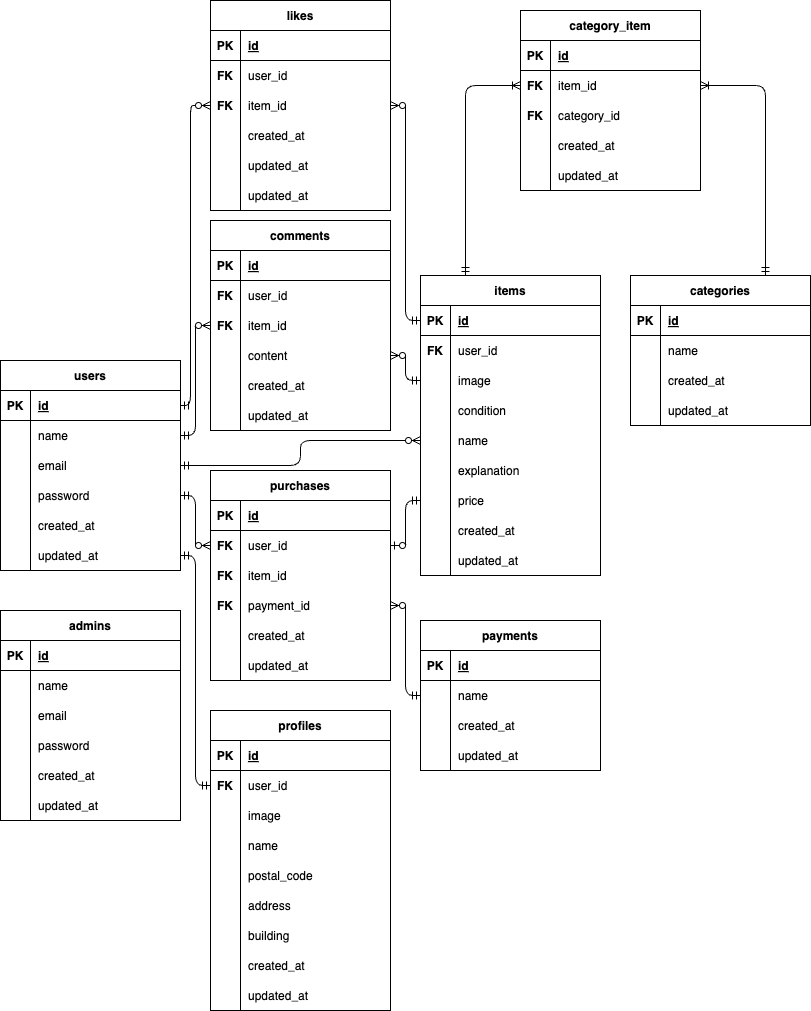
Above: er.drawio.png in Naganuma-Mai/flea-market (draw.io), before the change. Source tidied: cells renumbered, new cells last; positions are measured from the earlier drawing's top-left corner, leaving out a move shared by most shapes.
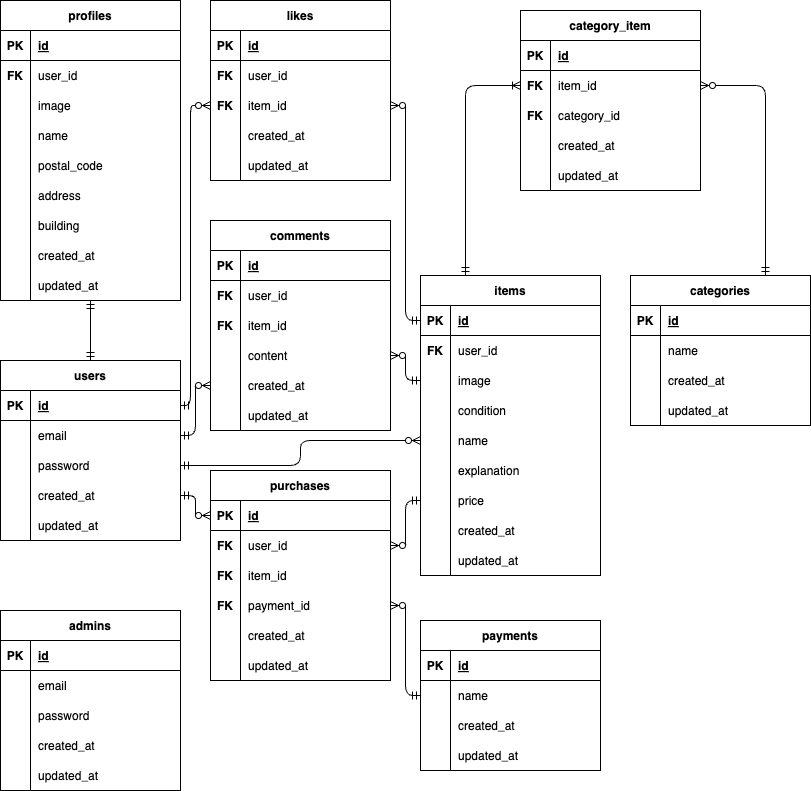
Later version of the same file.

Diff of the diagram source:
```diff
@@ -87,7 +87,7 @@
       <mxGeometry x="30" width="150" height="30" as="geometry" />
     </mxCell>
     <mxCell id="30" value="users" style="shape=table;startSize=30;rowLines=0;fontStyle=1;align=center;" parent="1" vertex="1">
-      <mxGeometry y="360" width="180" height="210" as="geometry" />
+      <mxGeometry y="360" width="180" height="180" as="geometry" />
     </mxCell>
     <mxCell id="31" style="shape=tableRow;horizontal=0;startSize=0;swimlaneHead=0;swimlaneBody=0;fillColor=none;points=[[0,0.5],[1,0.5]];portConstraint=eastwest;top=0;left=0;right=0;bottom=1;" parent="30" vertex="1">
       <mxGeometry y="30" width="180" height="30" as="geometry" />
@@ -98,17 +98,8 @@
     <mxCell id="33" value="id" style="shape=partialRectangle;fillColor=none;top=0;left=0;bottom=0;right=0;align=left;spacingLeft=6;fontStyle=5;overflow=hidden;" parent="31" vertex="1">
       <mxGeometry x="30" width="150" height="30" as="geometry" />
     </mxCell>
-    <mxCell id="34" style="shape=tableRow;horizontal=0;startSize=0;swimlaneHead=0;swimlaneBody=0;fillColor=none;points=[[0,0.5],[1,0.5]];portConstraint=eastwest;top=0;left=0;right=0;bottom=0;" parent="30" vertex="1">
-      <mxGeometry y="60" width="180" height="30" as="geometry" />
-    </mxCell>
-    <mxCell id="35" style="shape=partialRectangle;fillColor=none;top=0;left=0;bottom=0;right=0;overflow=hidden;" parent="34" vertex="1">
-      <mxGeometry width="30" height="30" as="geometry" />
-    </mxCell>
-    <mxCell id="36" value="name" style="shape=partialRectangle;fillColor=none;top=0;left=0;bottom=0;right=0;align=left;spacingLeft=6;overflow=hidden;" parent="34" vertex="1">
-      <mxGeometry x="30" width="150" height="30" as="geometry" />
-    </mxCell>
     <mxCell id="37" style="shape=tableRow;horizontal=0;startSize=0;swimlaneHead=0;swimlaneBody=0;fillColor=none;points=[[0,0.5],[1,0.5]];portConstraint=eastwest;top=0;left=0;right=0;bottom=0;" parent="30" vertex="1">
-      <mxGeometry y="90" width="180" height="30" as="geometry" />
+      <mxGeometry y="60" width="180" height="30" as="geometry" />
     </mxCell>
     <mxCell id="38" style="shape=partialRectangle;fillColor=none;top=0;left=0;bottom=0;right=0;overflow=hidden;" parent="37" vertex="1">
       <mxGeometry width="30" height="30" as="geometry" />
@@ -117,7 +108,7 @@
       <mxGeometry x="30" width="150" height="30" as="geometry" />
     </mxCell>
     <mxCell id="40" style="shape=tableRow;horizontal=0;startSize=0;swimlaneHead=0;swimlaneBody=0;fillColor=none;points=[[0,0.5],[1,0.5]];portConstraint=eastwest;top=0;left=0;right=0;bottom=0;" parent="30" vertex="1">
-      <mxGeometry y="120" width="180" height="30" as="geometry" />
+      <mxGeometry y="90" width="180" height="30" as="geometry" />
     </mxCell>
     <mxCell id="41" style="shape=partialRectangle;fillColor=none;top=0;left=0;bottom=0;right=0;overflow=hidden;" parent="40" vertex="1">
       <mxGeometry width="30" height="30" as="geometry" />
@@ -126,7 +117,7 @@
       <mxGeometry x="30" width="150" height="30" as="geometry" />
     </mxCell>
     <mxCell id="43" style="shape=tableRow;horizontal=0;startSize=0;swimlaneHead=0;swimlaneBody=0;fillColor=none;points=[[0,0.5],[1,0.5]];portConstraint=eastwest;top=0;left=0;right=0;bottom=0;" parent="30" vertex="1">
-      <mxGeometry y="150" width="180" height="30" as="geometry" />
+      <mxGeometry y="120" width="180" height="30" as="geometry" />
     </mxCell>
     <mxCell id="44" style="shape=partialRectangle;fillColor=none;top=0;left=0;bottom=0;right=0;overflow=hidden;" parent="43" vertex="1">
       <mxGeometry width="30" height="30" as="geometry" />
@@ -135,7 +126,7 @@
       <mxGeometry x="30" width="150" height="30" as="geometry" />
     </mxCell>
     <mxCell id="46" style="shape=tableRow;horizontal=0;startSize=0;swimlaneHead=0;swimlaneBody=0;fillColor=none;points=[[0,0.5],[1,0.5]];portConstraint=eastwest;top=0;left=0;right=0;bottom=0;" parent="30" vertex="1">
-      <mxGeometry y="180" width="180" height="30" as="geometry" />
+      <mxGeometry y="150" width="180" height="30" as="geometry" />
     </mxCell>
     <mxCell id="47" style="shape=partialRectangle;fillColor=none;top=0;left=0;bottom=0;right=0;overflow=hidden;" parent="46" vertex="1">
       <mxGeometry width="30" height="30" as="geometry" />
@@ -222,7 +213,7 @@
       <mxGeometry x="30" width="150" height="30" as="geometry" />
     </mxCell>
     <mxCell id="75" value="likes" style="shape=table;startSize=30;rowLines=0;fontStyle=1;align=center;" parent="1" vertex="1">
-      <mxGeometry x="210" width="180" height="210" as="geometry" />
+      <mxGeometry x="210" width="180" height="180" as="geometry" />
     </mxCell>
     <mxCell id="76" style="shape=tableRow;horizontal=0;startSize=0;swimlaneHead=0;swimlaneBody=0;fillColor=none;top=0;left=0;right=0;bottom=1;" parent="75" vertex="1">
       <mxGeometry y="30" width="180" height="30" as="geometry" />
@@ -269,15 +260,6 @@
     <mxCell id="90" value="updated_at" style="shape=partialRectangle;fillColor=none;top=0;left=0;bottom=0;right=0;align=left;spacingLeft=6;overflow=hidden;" parent="88" vertex="1">
       <mxGeometry x="30" width="150" height="30" as="geometry" />
     </mxCell>
-    <mxCell id="91" style="shape=tableRow;horizontal=0;startSize=0;swimlaneHead=0;swimlaneBody=0;fillColor=none;top=0;left=0;right=0;bottom=0;" parent="75" vertex="1">
-      <mxGeometry y="180" width="180" height="30" as="geometry" />
-    </mxCell>
-    <mxCell id="92" style="shape=partialRectangle;fillColor=none;top=0;left=0;bottom=0;right=0;overflow=hidden;" parent="91" vertex="1">
-      <mxGeometry width="30" height="30" as="geometry" />
-    </mxCell>
-    <mxCell id="93" value="updated_at" style="shape=partialRectangle;fillColor=none;top=0;left=0;bottom=0;right=0;align=left;spacingLeft=6;overflow=hidden;" parent="91" vertex="1">
-      <mxGeometry x="30" width="150" height="30" as="geometry" />
-    </mxCell>
     <mxCell id="94" value="comments" style="shape=table;startSize=30;rowLines=0;fontStyle=1;align=center;" parent="1" vertex="1">
       <mxGeometry x="210" y="220" width="180" height="210" as="geometry" />
     </mxCell>
@@ -395,11 +377,11 @@
     <mxCell id="132" value="updated_at" style="shape=partialRectangle;fillColor=none;top=0;left=0;bottom=0;right=0;align=left;spacingLeft=6;overflow=hidden;" parent="130" vertex="1">
       <mxGeometry x="30" width="150" height="30" as="geometry" />
     </mxCell>
-    <mxCell id="133" style="edgeStyle=orthogonalEdgeStyle;html=1;exitX=1;exitY=0.5;exitDx=0;exitDy=0;entryX=0;entryY=0.5;entryDx=0;entryDy=0;endArrow=ERmandOne;endFill=0;startArrow=ERzeroToOne;startFill=0;" parent="1" edge="1" source="118" target="21">
+    <mxCell id="133" style="edgeStyle=orthogonalEdgeStyle;html=1;exitX=1;exitY=0.5;exitDx=0;exitDy=0;entryX=0;entryY=0.5;entryDx=0;entryDy=0;endArrow=ERmandOne;endFill=0;startArrow=ERzeroToMany;startFill=0;" parent="1" edge="1" source="118" target="21">
       <mxGeometry relative="1" as="geometry" />
     </mxCell>
     <mxCell id="134" value="admins" style="shape=table;startSize=30;rowLines=0;fontStyle=1;align=center;" parent="1" vertex="1">
-      <mxGeometry y="610" width="180" height="210" as="geometry" />
+      <mxGeometry y="610" width="180" height="180" as="geometry" />
     </mxCell>
     <mxCell id="135" style="shape=tableRow;horizontal=0;startSize=0;swimlaneHead=0;swimlaneBody=0;fillColor=none;top=0;left=0;right=0;bottom=1;" parent="134" vertex="1">
       <mxGeometry y="30" width="180" height="30" as="geometry" />
@@ -410,17 +392,8 @@
     <mxCell id="137" value="id" style="shape=partialRectangle;fillColor=none;top=0;left=0;bottom=0;right=0;align=left;spacingLeft=6;fontStyle=5;overflow=hidden;" parent="135" vertex="1">
       <mxGeometry x="30" width="150" height="30" as="geometry" />
     </mxCell>
-    <mxCell id="138" style="shape=tableRow;horizontal=0;startSize=0;swimlaneHead=0;swimlaneBody=0;fillColor=none;top=0;left=0;right=0;bottom=0;" parent="134" vertex="1">
-      <mxGeometry y="60" width="180" height="30" as="geometry" />
-    </mxCell>
-    <mxCell id="139" style="shape=partialRectangle;fillColor=none;top=0;left=0;bottom=0;right=0;overflow=hidden;" parent="138" vertex="1">
-      <mxGeometry width="30" height="30" as="geometry" />
-    </mxCell>
-    <mxCell id="140" value="name" style="shape=partialRectangle;fillColor=none;top=0;left=0;bottom=0;right=0;align=left;spacingLeft=6;overflow=hidden;" parent="138" vertex="1">
-      <mxGeometry x="30" width="150" height="30" as="geometry" />
-    </mxCell>
     <mxCell id="141" style="shape=tableRow;horizontal=0;startSize=0;swimlaneHead=0;swimlaneBody=0;fillColor=none;top=0;left=0;right=0;bottom=0;" parent="134" vertex="1">
-      <mxGeometry y="90" width="180" height="30" as="geometry" />
+      <mxGeometry y="60" width="180" height="30" as="geometry" />
     </mxCell>
     <mxCell id="142" style="shape=partialRectangle;fillColor=none;top=0;left=0;bottom=0;right=0;overflow=hidden;" parent="141" vertex="1">
       <mxGeometry width="30" height="30" as="geometry" />
@@ -429,7 +402,7 @@
       <mxGeometry x="30" width="150" height="30" as="geometry" />
     </mxCell>
     <mxCell id="144" style="shape=tableRow;horizontal=0;startSize=0;swimlaneHead=0;swimlaneBody=0;fillColor=none;top=0;left=0;right=0;bottom=0;" parent="134" vertex="1">
-      <mxGeometry y="120" width="180" height="30" as="geometry" />
+      <mxGeometry y="90" width="180" height="30" as="geometry" />
     </mxCell>
     <mxCell id="145" style="shape=partialRectangle;fillColor=none;top=0;left=0;bottom=0;right=0;overflow=hidden;" parent="144" vertex="1">
       <mxGeometry width="30" height="30" as="geometry" />
@@ -438,7 +411,7 @@
       <mxGeometry x="30" width="150" height="30" as="geometry" />
     </mxCell>
     <mxCell id="147" style="shape=tableRow;horizontal=0;startSize=0;swimlaneHead=0;swimlaneBody=0;fillColor=none;top=0;left=0;right=0;bottom=0;" parent="134" vertex="1">
-      <mxGeometry y="150" width="180" height="30" as="geometry" />
+      <mxGeometry y="120" width="180" height="30" as="geometry" />
     </mxCell>
     <mxCell id="148" style="shape=partialRectangle;fillColor=none;top=0;left=0;bottom=0;right=0;overflow=hidden;" parent="147" vertex="1">
       <mxGeometry width="30" height="30" as="geometry" />
@@ -447,7 +420,7 @@
       <mxGeometry x="30" width="150" height="30" as="geometry" />
     </mxCell>
     <mxCell id="150" style="shape=tableRow;horizontal=0;startSize=0;swimlaneHead=0;swimlaneBody=0;fillColor=none;top=0;left=0;right=0;bottom=0;" parent="134" vertex="1">
-      <mxGeometry y="180" width="180" height="30" as="geometry" />
+      <mxGeometry y="150" width="180" height="30" as="geometry" />
     </mxCell>
     <mxCell id="151" style="shape=partialRectangle;fillColor=none;top=0;left=0;bottom=0;right=0;overflow=hidden;" parent="150" vertex="1">
       <mxGeometry width="30" height="30" as="geometry" />
@@ -504,7 +477,7 @@
       <mxGeometry x="30" width="150" height="30" as="geometry" />
     </mxCell>
     <mxCell id="169" value="profiles" style="shape=table;startSize=30;rowLines=0;fontStyle=1;align=center;" parent="1" vertex="1">
-      <mxGeometry x="210" y="710" width="180" height="300" as="geometry" />
+      <mxGeometry width="180" height="300" as="geometry" />
     </mxCell>
     <mxCell id="170" style="shape=tableRow;horizontal=0;startSize=0;swimlaneHead=0;swimlaneBody=0;fillColor=none;top=0;left=0;right=0;bottom=1;" parent="169" vertex="1">
       <mxGeometry y="30" width="180" height="30" as="geometry" />
@@ -590,25 +563,24 @@
     <mxCell id="197" style="edgeStyle=orthogonalEdgeStyle;html=1;exitX=0;exitY=0.5;exitDx=0;exitDy=0;entryX=1;entryY=0.5;entryDx=0;entryDy=0;startArrow=ERmandOne;startFill=0;endArrow=ERzeroToMany;endFill=0;" parent="1" edge="1" source="66" target="124">
       <mxGeometry relative="1" as="geometry" />
     </mxCell>
-    <mxCell id="198" style="edgeStyle=orthogonalEdgeStyle;html=1;exitX=0;exitY=0.5;exitDx=0;exitDy=0;entryX=1;entryY=0.5;entryDx=0;entryDy=0;endArrow=ERmandOne;endFill=0;startArrow=ERmandOne;startFill=0;" parent="1" edge="1" source="173" target="46">
-      <mxGeometry relative="1" as="geometry" />
+    <mxCell id="198" style="edgeStyle=orthogonalEdgeStyle;html=1;entryX=0.5;entryY=0;entryDx=0;entryDy=0;endArrow=ERmandOne;endFill=0;startArrow=ERmandOne;startFill=0;" parent="1" edge="1" target="30">
+      <mxGeometry relative="1" as="geometry">
+        <mxPoint x="90" y="300" as="sourcePoint" />
+      </mxGeometry>
     </mxCell>
-    <mxCell id="199" style="edgeStyle=orthogonalEdgeStyle;html=1;exitX=0;exitY=0.5;exitDx=0;exitDy=0;entryX=1;entryY=0.5;entryDx=0;entryDy=0;startArrow=ERzeroToMany;startFill=0;endArrow=ERmandOne;endFill=0;" parent="1" edge="1" source="118" target="40">
-      <mxGeometry relative="1" as="geometry" />
-    </mxCell>
-    <mxCell id="200" style="edgeStyle=orthogonalEdgeStyle;html=1;exitX=0;exitY=0.5;exitDx=0;exitDy=0;entryX=1;entryY=0.5;entryDx=0;entryDy=0;startArrow=ERzeroToMany;startFill=0;endArrow=ERmandOne;endFill=0;" parent="1" edge="1" source="101" target="34">
+    <mxCell id="200" style="edgeStyle=orthogonalEdgeStyle;html=1;exitX=0;exitY=0.5;exitDx=0;exitDy=0;entryX=1;entryY=0.5;entryDx=0;entryDy=0;startArrow=ERzeroToMany;startFill=0;endArrow=ERmandOne;endFill=0;" parent="1" edge="1" source="101" target="x">
       <mxGeometry relative="1" as="geometry" />
     </mxCell>
     <mxCell id="201" style="edgeStyle=orthogonalEdgeStyle;html=1;exitX=0;exitY=0.5;exitDx=0;exitDy=0;entryX=0.25;entryY=0;entryDx=0;entryDy=0;startArrow=ERoneToMany;startFill=0;endArrow=ERmandOne;endFill=0;" parent="1" edge="1" source="157" target="2">
       <mxGeometry relative="1" as="geometry" />
     </mxCell>
-    <mxCell id="202" style="edgeStyle=orthogonalEdgeStyle;html=1;exitX=1;exitY=0.5;exitDx=0;exitDy=0;entryX=0.75;entryY=0;entryDx=0;entryDy=0;startArrow=ERoneToMany;startFill=0;endArrow=ERmandOne;endFill=0;" parent="1" edge="1" source="157" target="49">
+    <mxCell id="202" style="edgeStyle=orthogonalEdgeStyle;html=1;exitX=1;exitY=0.5;exitDx=0;exitDy=0;entryX=0.75;entryY=0;entryDx=0;entryDy=0;startArrow=ERzeroToMany;startFill=0;endArrow=ERmandOne;endFill=0;" parent="1" edge="1" source="157" target="49">
       <mxGeometry relative="1" as="geometry" />
     </mxCell>
     <mxCell id="203" style="edgeStyle=orthogonalEdgeStyle;html=1;exitX=1;exitY=0.5;exitDx=0;exitDy=0;entryX=0;entryY=0.5;entryDx=0;entryDy=0;endArrow=ERmandOne;endFill=0;startArrow=ERzeroToMany;startFill=0;" parent="1" edge="1" source="104" target="9">
       <mxGeometry relative="1" as="geometry" />
     </mxCell>
-    <mxCell id="204" style="edgeStyle=orthogonalEdgeStyle;html=1;exitX=1;exitY=0.5;exitDx=0;exitDy=0;entryX=0;entryY=0.5;entryDx=0;entryDy=0;startArrow=ERmandOne;startFill=0;endArrow=ERzeroToMany;endFill=0;" parent="1" edge="1" source="37" target="15">
+    <mxCell id="204" style="edgeStyle=orthogonalEdgeStyle;html=1;exitX=1;exitY=0.5;exitDx=0;exitDy=0;entryX=0;entryY=0.5;entryDx=0;entryDy=0;startArrow=ERmandOne;startFill=0;endArrow=ERzeroToMany;endFill=0;" parent="1" edge="1" source="40" target="15">
       <mxGeometry relative="1" as="geometry" />
     </mxCell>
     <mxCell id="205" style="edgeStyle=orthogonalEdgeStyle;html=1;exitX=1;exitY=0.5;exitDx=0;exitDy=0;entryX=0;entryY=0.5;entryDx=0;entryDy=0;startArrow=ERmandOne;startFill=0;endArrow=ERzeroToMany;endFill=0;" parent="1" edge="1" source="31" target="82">
@@ -619,5 +591,11 @@
         </Array>
       </mxGeometry>
     </mxCell>
+    <mxCell id="206" style="edgeStyle=orthogonalEdgeStyle;html=1;exitX=0;exitY=0.5;exitDx=0;exitDy=0;entryX=1;entryY=0.5;entryDx=0;entryDy=0;endArrow=ERmandOne;endFill=0;startArrow=ERzeroToMany;startFill=0;" parent="1" edge="1" source="115" target="43">
+      <mxGeometry relative="1" as="geometry" />
+    </mxCell>
+    <mxCell id="207" style="edgeStyle=orthogonalEdgeStyle;html=1;exitX=1;exitY=0.5;exitDx=0;exitDy=0;entryX=0;entryY=0.5;entryDx=0;entryDy=0;startArrow=ERmandOne;startFill=0;endArrow=ERzeroToMany;endFill=0;" parent="1" edge="1" source="37" target="107">
+      <mxGeometry relative="1" as="geometry" />
+    </mxCell>
   </root>
 </mxGraphModel>
```
